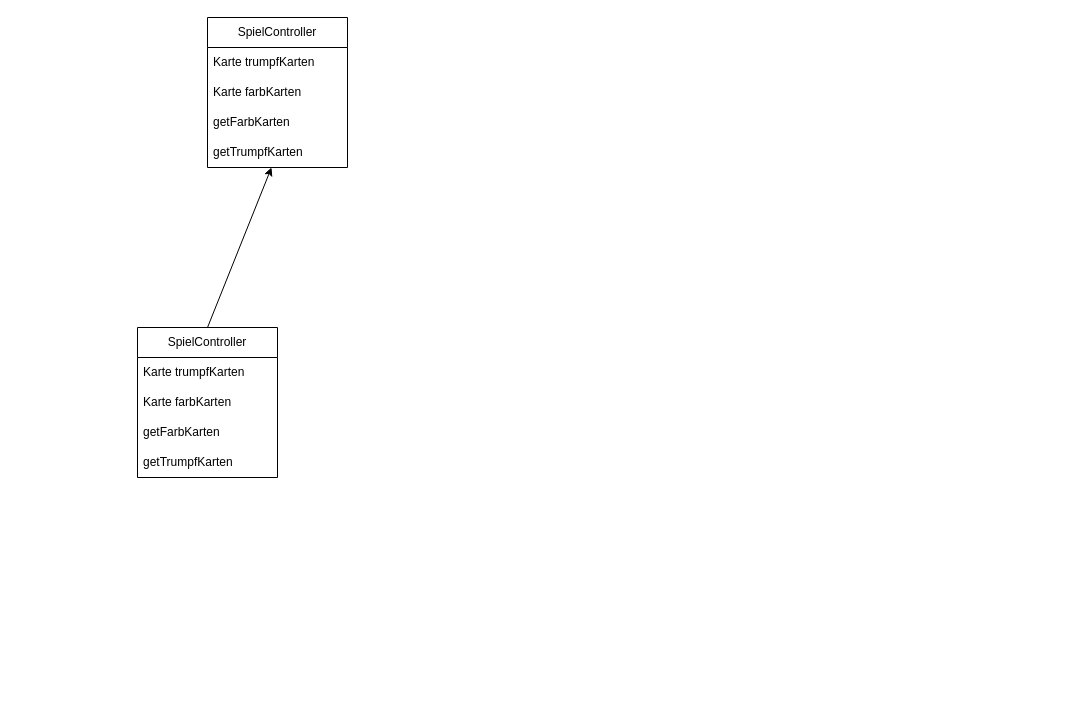
Above: SpielController.drawio in Vale54321/schafkopf-bot (draw.io), before the change. Source tidied: cells renumbered, new cells numbered last; positions are measured from the earlier drawing's top-left corner, leaving out a move shared by most shapes. Both pictures are drawn from the tidied source at 100%, with x=0, y=0 at pixel (137, 17).
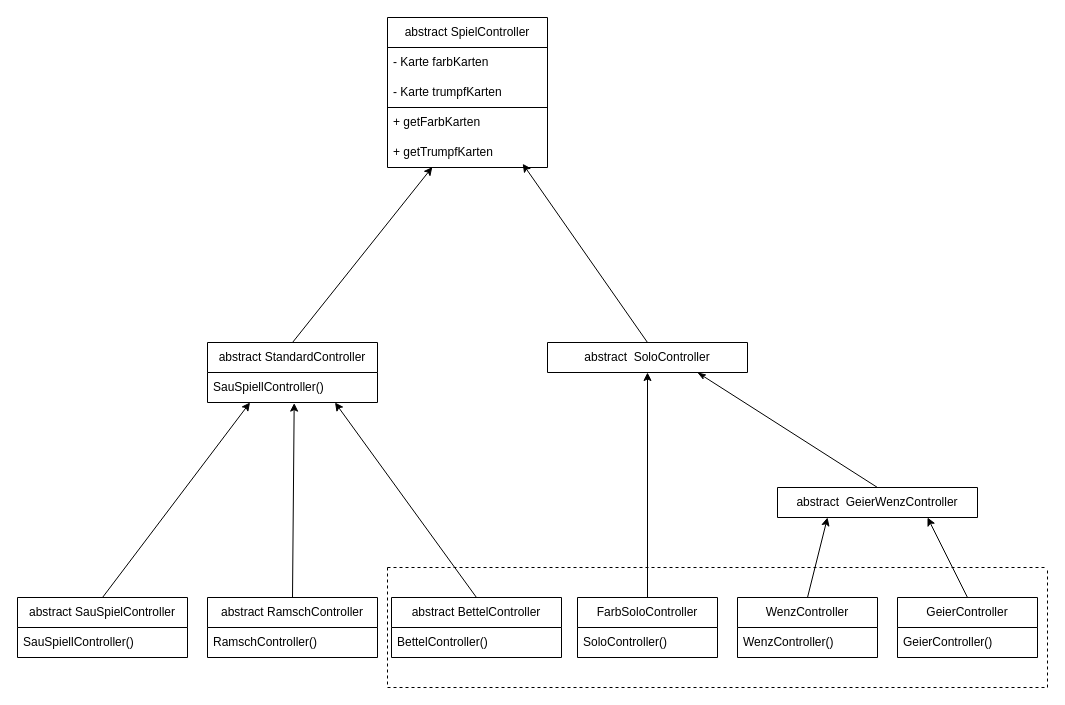
After the change.

The edit, as a diff of the source:
```diff
@@
-    <mxCell id="2" value="SpielController" style="swimlane;fontStyle=0;horizontal=1;startSize=30;whiteSpace=wrap;html=1;" parent="1" vertex="1">
-      <mxGeometry x="70" width="140" height="150" as="geometry" />
+    <mxCell id="2" value="abstract SpielController" style="swimlane;fontStyle=0;horizontal=1;startSize=30;whiteSpace=wrap;html=1;fillColor=default;" parent="1" vertex="1">
+      <mxGeometry x="250" width="160" height="150" as="geometry" />
     </mxCell>
+    <mxCell id="13" style="swimlane;fontStyle=0;horizontal=1;startSize=0;whiteSpace=wrap;html=1;swimlaneLine=0;fillColor=none;" parent="2" vertex="1">
+      <mxGeometry y="30" width="160" height="60" as="geometry" />
+    </mxCell>
+    <mxCell id="4" value="- Karte farbKarten" style="text;strokeColor=none;fillColor=none;align=left;verticalAlign=middle;spacingLeft=4;spacingRight=4;overflow=hidden;whiteSpace=wrap;html=1;" parent="13" vertex="1">
+      <mxGeometry width="160" height="30" as="geometry" />
+    </mxCell>
-    <mxCell id="3" value="Karte trumpfKarten" style="text;strokeColor=none;fillColor=none;align=left;verticalAlign=middle;spacingLeft=4;spacingRight=4;overflow=hidden;whiteSpace=wrap;html=1;" parent="2" vertex="1">
-      <mxGeometry y="30" width="140" height="30" as="geometry" />
+    <mxCell id="3" value="- Karte trumpfKarten" style="text;strokeColor=none;fillColor=none;align=left;verticalAlign=middle;spacingLeft=4;spacingRight=4;overflow=hidden;whiteSpace=wrap;html=1;" parent="13" vertex="1">
+      <mxGeometry y="30" width="160" height="30" as="geometry" />
     </mxCell>
-    <mxCell id="4" value="Karte farbKarten" style="text;strokeColor=none;fillColor=none;align=left;verticalAlign=middle;spacingLeft=4;spacingRight=4;overflow=hidden;whiteSpace=wrap;html=1;" parent="2" vertex="1">
-      <mxGeometry y="60" width="140" height="30" as="geometry" />
-    </mxCell>
-    <mxCell id="5" value="getFarbKarten" style="text;strokeColor=none;fillColor=none;align=left;verticalAlign=middle;spacingLeft=4;spacingRight=4;overflow=hidden;whiteSpace=wrap;html=1;" parent="2" vertex="1">
-      <mxGeometry y="90" width="140" height="30" as="geometry" />
+    <mxCell id="5" value="+ getFarbKarten" style="text;strokeColor=none;fillColor=none;align=left;verticalAlign=middle;spacingLeft=4;spacingRight=4;overflow=hidden;whiteSpace=wrap;html=1;" parent="2" vertex="1">
+      <mxGeometry y="90" width="160" height="30" as="geometry" />
     </mxCell>
-    <mxCell id="6" value="getTrumpfKarten" style="text;strokeColor=none;fillColor=none;align=left;verticalAlign=middle;spacingLeft=4;spacingRight=4;overflow=hidden;points=[[0,0.5],[1,0.5]];portConstraint=eastwest;whiteSpace=wrap;html=1;" parent="2" vertex="1">
-      <mxGeometry y="120" width="140" height="30" as="geometry" />
+    <mxCell id="6" value="+ getTrumpfKarten" style="text;strokeColor=none;fillColor=none;align=left;verticalAlign=middle;spacingLeft=4;spacingRight=4;overflow=hidden;points=[[0,0.5],[1,0.5]];portConstraint=eastwest;whiteSpace=wrap;html=1;" parent="2" vertex="1">
+      <mxGeometry y="120" width="160" height="30" as="geometry" />
     </mxCell>
-    <mxCell id="7" style="endArrow=classic;html=1;rounded=0;exitX=0.5;exitY=0;exitDx=0;exitDy=0;" parent="1" edge="1" source="8" target="6">
+    <mxCell id="7" style="endArrow=classic;html=1;rounded=0;exitX=0.5;exitY=0;exitDx=0;exitDy=0;entryX=0.28;entryY=0.987;entryDx=0;entryDy=0;entryPerimeter=0;" parent="1" edge="1" source="8" target="6">
       <mxGeometry relative="1" as="geometry" />
     </mxCell>
-    <mxCell id="8" value="SpielController" style="swimlane;fontStyle=0;horizontal=1;startSize=30;whiteSpace=wrap;html=1;" parent="1" vertex="1">
-      <mxGeometry y="310" width="140" height="150" as="geometry" />
+    <mxCell id="8" value="abstract StandardController" style="swimlane;fontStyle=0;horizontal=1;startSize=30;whiteSpace=wrap;html=1;" parent="1" vertex="1">
+      <mxGeometry x="70" y="325" width="170" height="60" as="geometry" />
     </mxCell>
-    <mxCell id="9" value="Karte trumpfKarten" style="text;strokeColor=none;fillColor=none;align=left;verticalAlign=middle;spacingLeft=4;spacingRight=4;overflow=hidden;whiteSpace=wrap;html=1;" parent="8" vertex="1">
-      <mxGeometry y="30" width="140" height="30" as="geometry" />
-    </mxCell>
-    <mxCell id="10" value="Karte farbKarten" style="text;strokeColor=none;fillColor=none;align=left;verticalAlign=middle;spacingLeft=4;spacingRight=4;overflow=hidden;whiteSpace=wrap;html=1;" parent="8" vertex="1">
-      <mxGeometry y="60" width="140" height="30" as="geometry" />
-    </mxCell>
-    <mxCell id="11" value="getFarbKarten" style="text;strokeColor=none;fillColor=none;align=left;verticalAlign=middle;spacingLeft=4;spacingRight=4;overflow=hidden;whiteSpace=wrap;html=1;" parent="8" vertex="1">
-      <mxGeometry y="90" width="140" height="30" as="geometry" />
-    </mxCell>
-    <mxCell id="12" value="getTrumpfKarten" style="text;strokeColor=none;fillColor=none;align=left;verticalAlign=middle;spacingLeft=4;spacingRight=4;overflow=hidden;points=[[0,0.5],[1,0.5]];portConstraint=eastwest;whiteSpace=wrap;html=1;" parent="8" vertex="1">
-      <mxGeometry y="120" width="140" height="30" as="geometry" />
+    <mxCell id="12" value="&lt;span style=&quot;text-align: center;&quot;&gt;SauSpiellController()&lt;/span&gt;" style="text;strokeColor=none;fillColor=none;align=left;verticalAlign=middle;spacingLeft=4;spacingRight=4;overflow=hidden;points=[[0,0.5],[1,0.5]];portConstraint=eastwest;whiteSpace=wrap;html=1;" parent="8" vertex="1">
+      <mxGeometry y="30" width="170" height="30" as="geometry" />
     </mxCell>
+    <mxCell id="14" value="abstract&amp;nbsp; GeierWenzController" style="swimlane;fontStyle=0;horizontal=1;startSize=30;whiteSpace=wrap;html=1;" parent="1" vertex="1">
+      <mxGeometry x="640" y="470" width="200" height="30" as="geometry" />
+    </mxCell>
+    <mxCell id="15" style="endArrow=classic;html=1;rounded=0;entryX=0.845;entryY=0.876;entryDx=0;entryDy=0;entryPerimeter=0;exitX=0.5;exitY=0;exitDx=0;exitDy=0;startArrow=none;" parent="1" edge="1" source="28" target="6">
+      <mxGeometry relative="1" as="geometry" />
+    </mxCell>
+    <mxCell id="16" value="WenzController" style="swimlane;fontStyle=0;horizontal=1;startSize=30;whiteSpace=wrap;html=1;" parent="1" vertex="1">
+      <mxGeometry x="600" y="580" width="140" height="60" as="geometry" />
+    </mxCell>
+    <mxCell id="17" value="&lt;span style=&quot;text-align: center;&quot;&gt;WenzController()&lt;/span&gt;" style="text;strokeColor=none;fillColor=none;align=left;verticalAlign=middle;spacingLeft=4;spacingRight=4;overflow=hidden;whiteSpace=wrap;html=1;" parent="16" vertex="1">
+      <mxGeometry y="30" width="140" height="30" as="geometry" />
+    </mxCell>
+    <mxCell id="18" value="GeierController" style="swimlane;fontStyle=0;horizontal=1;startSize=30;whiteSpace=wrap;html=1;" parent="1" vertex="1">
+      <mxGeometry x="760" y="580" width="140" height="60" as="geometry" />
+    </mxCell>
+    <mxCell id="19" value="&lt;span style=&quot;text-align: center;&quot;&gt;GeierController()&lt;/span&gt;" style="text;strokeColor=none;fillColor=none;align=left;verticalAlign=middle;spacingLeft=4;spacingRight=4;overflow=hidden;whiteSpace=wrap;html=1;" parent="18" vertex="1">
+      <mxGeometry y="30" width="140" height="30" as="geometry" />
+    </mxCell>
+    <mxCell id="20" style="endArrow=classic;html=1;rounded=0;entryX=0.25;entryY=1;entryDx=0;entryDy=0;exitX=0.5;exitY=0;exitDx=0;exitDy=0;" parent="1" edge="1" source="16" target="14">
+      <mxGeometry relative="1" as="geometry" />
+    </mxCell>
+    <mxCell id="21" style="endArrow=classic;html=1;rounded=0;entryX=0.75;entryY=1;entryDx=0;entryDy=0;exitX=0.5;exitY=0;exitDx=0;exitDy=0;" parent="1" edge="1" source="18" target="14">
+      <mxGeometry relative="1" as="geometry" />
+    </mxCell>
+    <mxCell id="22" value="abstract SauSpielController" style="swimlane;fontStyle=0;horizontal=1;startSize=30;whiteSpace=wrap;html=1;" parent="1" vertex="1">
+      <mxGeometry x="-120" y="580" width="170" height="60" as="geometry" />
+    </mxCell>
+    <mxCell id="23" value="&lt;span style=&quot;text-align: center;&quot;&gt;SauSpiellController()&lt;/span&gt;" style="text;strokeColor=none;fillColor=none;align=left;verticalAlign=middle;spacingLeft=4;spacingRight=4;overflow=hidden;whiteSpace=wrap;html=1;" parent="22" vertex="1">
+      <mxGeometry y="30" width="170" height="30" as="geometry" />
+    </mxCell>
+    <mxCell id="24" style="endArrow=classic;html=1;rounded=0;exitX=0.5;exitY=0;exitDx=0;exitDy=0;entryX=0.25;entryY=1;entryDx=0;entryDy=0;" parent="1" edge="1" source="22" target="8">
+      <mxGeometry relative="1" as="geometry" />
+    </mxCell>
+    <mxCell id="25" value="FarbSoloController" style="swimlane;fontStyle=0;horizontal=1;startSize=30;whiteSpace=wrap;html=1;" parent="1" vertex="1">
+      <mxGeometry x="440" y="580" width="140" height="60" as="geometry" />
+    </mxCell>
+    <mxCell id="26" value="&lt;span style=&quot;text-align: center;&quot;&gt;SoloController()&lt;/span&gt;" style="text;strokeColor=none;fillColor=none;align=left;verticalAlign=middle;spacingLeft=4;spacingRight=4;overflow=hidden;whiteSpace=wrap;html=1;" parent="25" vertex="1">
+      <mxGeometry y="30" width="140" height="30" as="geometry" />
+    </mxCell>
+    <mxCell id="27" style="endArrow=classic;html=1;rounded=0;exitX=0.5;exitY=0;exitDx=0;exitDy=0;entryX=0.5;entryY=1;entryDx=0;entryDy=0;" parent="1" edge="1" source="25" target="28">
+      <mxGeometry relative="1" as="geometry" />
+    </mxCell>
+    <mxCell id="28" value="abstract&amp;nbsp; SoloController" style="swimlane;fontStyle=0;horizontal=1;startSize=30;whiteSpace=wrap;html=1;" parent="1" vertex="1">
+      <mxGeometry x="410" y="325" width="200" height="30" as="geometry" />
+    </mxCell>
+    <mxCell id="29" style="endArrow=classicThin;html=1;rounded=0;exitX=0.5;exitY=0;exitDx=0;exitDy=0;entryX=0.75;entryY=1;entryDx=0;entryDy=0;startArrow=none;startFill=0;endFill=1;" parent="1" edge="1" source="14" target="28">
+      <mxGeometry relative="1" as="geometry" />
+    </mxCell>
+    <mxCell id="30" value="abstract BettelController" style="swimlane;fontStyle=0;horizontal=1;startSize=30;whiteSpace=wrap;html=1;" parent="1" vertex="1">
+      <mxGeometry x="254" y="580" width="170" height="60" as="geometry" />
+    </mxCell>
+    <mxCell id="31" value="&lt;span style=&quot;text-align: center;&quot;&gt;BettelController()&lt;/span&gt;" style="text;strokeColor=none;fillColor=none;align=left;verticalAlign=middle;spacingLeft=4;spacingRight=4;overflow=hidden;whiteSpace=wrap;html=1;" parent="30" vertex="1">
+      <mxGeometry y="30" width="170" height="30" as="geometry" />
+    </mxCell>
+    <mxCell id="32" style="endArrow=classic;html=1;rounded=0;exitX=0.5;exitY=0;exitDx=0;exitDy=0;entryX=0.75;entryY=1;entryDx=0;entryDy=0;" parent="1" edge="1" source="30" target="8">
+      <mxGeometry relative="1" as="geometry" />
+    </mxCell>
+    <mxCell id="33" value="abstract RamschController" style="swimlane;fontStyle=0;horizontal=1;startSize=30;whiteSpace=wrap;html=1;" parent="1" vertex="1">
+      <mxGeometry x="70" y="580" width="170" height="60" as="geometry" />
+    </mxCell>
+    <mxCell id="34" value="&lt;span style=&quot;text-align: center;&quot;&gt;RamschController()&lt;/span&gt;" style="text;strokeColor=none;fillColor=none;align=left;verticalAlign=middle;spacingLeft=4;spacingRight=4;overflow=hidden;whiteSpace=wrap;html=1;" parent="33" vertex="1">
+      <mxGeometry y="30" width="170" height="30" as="geometry" />
+    </mxCell>
+    <mxCell id="35" style="endArrow=classic;html=1;rounded=0;exitX=0.5;exitY=0;exitDx=0;exitDy=0;entryX=0.51;entryY=1.02;entryDx=0;entryDy=0;entryPerimeter=0;" parent="1" edge="1" source="33" target="12">
+      <mxGeometry relative="1" as="geometry" />
+    </mxCell>
+    <mxCell id="36" style="swimlane;startSize=0;fillColor=none;dashed=1;" parent="1" vertex="1">
+      <mxGeometry x="250" y="550" width="660" height="120" as="geometry" />
+    </mxCell>
```
